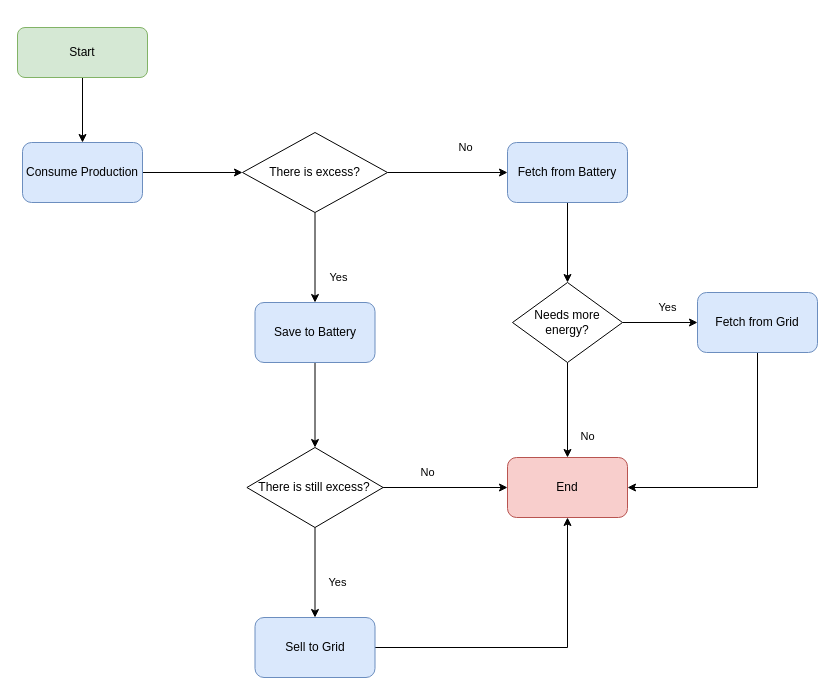
Earlier version of the draw.io diagram page "Page-2" (2 of 3) of images/algorithm.drawio (miguelmatos-ua/sistema_gestao_rec). Source tidied: cells renumbered, new cells numbered last; positions are measured from the earlier drawing's top-left corner, leaving out a move shared by most shapes. Both pictures are drawn from the tidied source at 100%, with x=0, y=0 at pixel (17, 27).
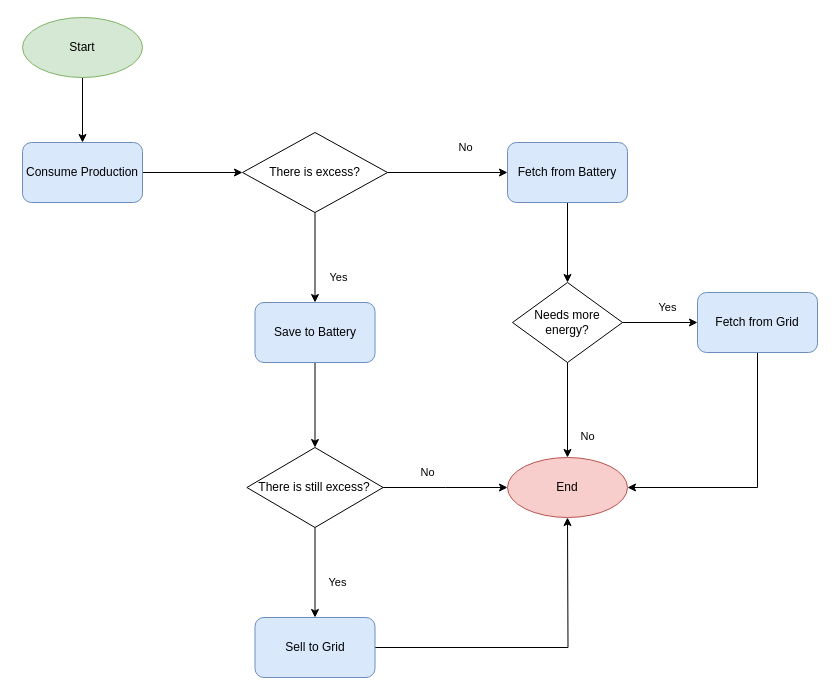
The same diagram, later.

Unchanged cells that the change refers to:
```xml
<mxCell id="15" value="There is still excess?" style="rhombus;whiteSpace=wrap;html=1;rounded=0;glass=0;strokeWidth=1;shadow=0;" parent="1" vertex="1">
  <mxGeometry x="229.4" y="420" width="136.2" height="80" as="geometry" />
</mxCell>
<mxCell id="17" value="Sell to Grid" style="whiteSpace=wrap;html=1;rounded=1;glass=0;strokeWidth=1;shadow=0;fillColor=#dae8fc;strokeColor=#6c8ebf;" parent="1" vertex="1">
  <mxGeometry x="237.5" y="590" width="120" height="60" as="geometry" />
</mxCell>
<mxCell id="21" value="Needs more energy?" style="rhombus;whiteSpace=wrap;html=1;rounded=0;glass=0;strokeWidth=1;shadow=0;" parent="1" vertex="1">
  <mxGeometry x="495" y="255" width="110" height="80" as="geometry" />
</mxCell>
<mxCell id="23" value="Fetch from Grid" style="whiteSpace=wrap;html=1;rounded=1;glass=0;strokeWidth=1;shadow=0;fillColor=#dae8fc;strokeColor=#6c8ebf;" parent="1" vertex="1">
  <mxGeometry x="680" y="265" width="120" height="60" as="geometry" />
</mxCell>
```

Change to the diagram source:
```diff
@@
-    <mxCell id="2" style="edgeStyle=orthogonalEdgeStyle;rounded=0;jettySize=auto;html=1;" parent="1" edge="1" source="3">
+    <mxCell id="2" style="edgeStyle=orthogonalEdgeStyle;rounded=0;orthogonalLoop=1;jettySize=auto;html=1;" parent="1" edge="1">
       <mxGeometry relative="1" as="geometry">
+        <mxPoint x="65" y="50" as="sourcePoint" />
         <mxPoint x="65" y="115" as="targetPoint" />
       </mxGeometry>
     </mxCell>
-    <mxCell id="3" value="Start" style="rounded=1;whiteSpace=wrap;html=1;fontSize=12;glass=0;strokeWidth=1;shadow=0;fillColor=#d5e8d4;strokeColor=#82b366;" parent="1" vertex="1">
-      <mxGeometry width="130" height="50" as="geometry" />
-    </mxCell>
@@
-    <mxCell id="14" value="No" style="edgeStyle=orthogonalEdgeStyle;rounded=0;jettySize=auto;html=1;" parent="1" edge="1" source="15" target="18">
-      <mxGeometry x="-0.29" y="15" relative="1" as="geometry" />
+    <mxCell id="14" value="No" style="edgeStyle=orthogonalEdgeStyle;rounded=0;jettySize=auto;html=1;" parent="1" edge="1" source="15">
+      <mxGeometry x="-0.29" y="15" relative="1" as="geometry">
+        <mxPoint x="490" y="460" as="targetPoint" />
+      </mxGeometry>
     </mxCell>
@@
-    <mxCell id="16" style="edgeStyle=orthogonalEdgeStyle;rounded=0;jettySize=auto;html=1;" parent="1" edge="1" source="17" target="18">
-      <mxGeometry relative="1" as="geometry" />
+    <mxCell id="16" style="edgeStyle=orthogonalEdgeStyle;rounded=0;jettySize=auto;html=1;" parent="1" edge="1" source="17">
+      <mxGeometry relative="1" as="geometry">
+        <mxPoint x="550" y="490" as="targetPoint" />
+      </mxGeometry>
     </mxCell>
@@
-    <mxCell id="18" value="End" style="whiteSpace=wrap;html=1;rounded=1;glass=0;strokeWidth=1;shadow=0;fillColor=#f8cecc;strokeColor=#b85450;" parent="1" vertex="1">
-      <mxGeometry x="490" y="430" width="120" height="60" as="geometry" />
-    </mxCell>
-    <mxCell id="19" value="No" style="edgeStyle=orthogonalEdgeStyle;rounded=0;jettySize=auto;html=1;entryX=0.5;entryY=0;entryDx=0;entryDy=0;" parent="1" edge="1" source="21" target="18">
-      <mxGeometry x="0.55" y="20" relative="1" as="geometry" />
+    <mxCell id="19" value="No" style="edgeStyle=orthogonalEdgeStyle;rounded=0;jettySize=auto;html=1;entryX=0.5;entryY=0;entryDx=0;entryDy=0;" parent="1" edge="1" source="21">
+      <mxGeometry x="0.55" y="20" relative="1" as="geometry">
+        <mxPoint x="550" y="430" as="targetPoint" />
+      </mxGeometry>
     </mxCell>
@@
-    <mxCell id="22" style="edgeStyle=orthogonalEdgeStyle;rounded=0;jettySize=auto;html=1;entryX=1;entryY=0.5;entryDx=0;entryDy=0;" parent="1" edge="1" source="23" target="18">
+    <mxCell id="22" style="edgeStyle=orthogonalEdgeStyle;rounded=0;jettySize=auto;html=1;entryX=1;entryY=0.5;entryDx=0;entryDy=0;" parent="1" edge="1" source="23">
       <mxGeometry relative="1" as="geometry">
+        <mxPoint x="610" y="460" as="targetPoint" />
         <Array as="points">
           <mxPoint x="740" y="460" />
         </Array>
       </mxGeometry>
     </mxCell>
@@
+    <mxCell id="3" value="Start" style="ellipse;whiteSpace=wrap;html=1;fillColor=#d5e8d4;strokeColor=#82b366;" parent="1" vertex="1">
+      <mxGeometry x="5" y="-10" width="120" height="60" as="geometry" />
+    </mxCell>
+    <mxCell id="18" value="End" style="ellipse;whiteSpace=wrap;html=1;fillColor=#f8cecc;strokeColor=#b85450;" parent="1" vertex="1">
+      <mxGeometry x="490" y="430" width="120" height="60" as="geometry" />
+    </mxCell>
```
